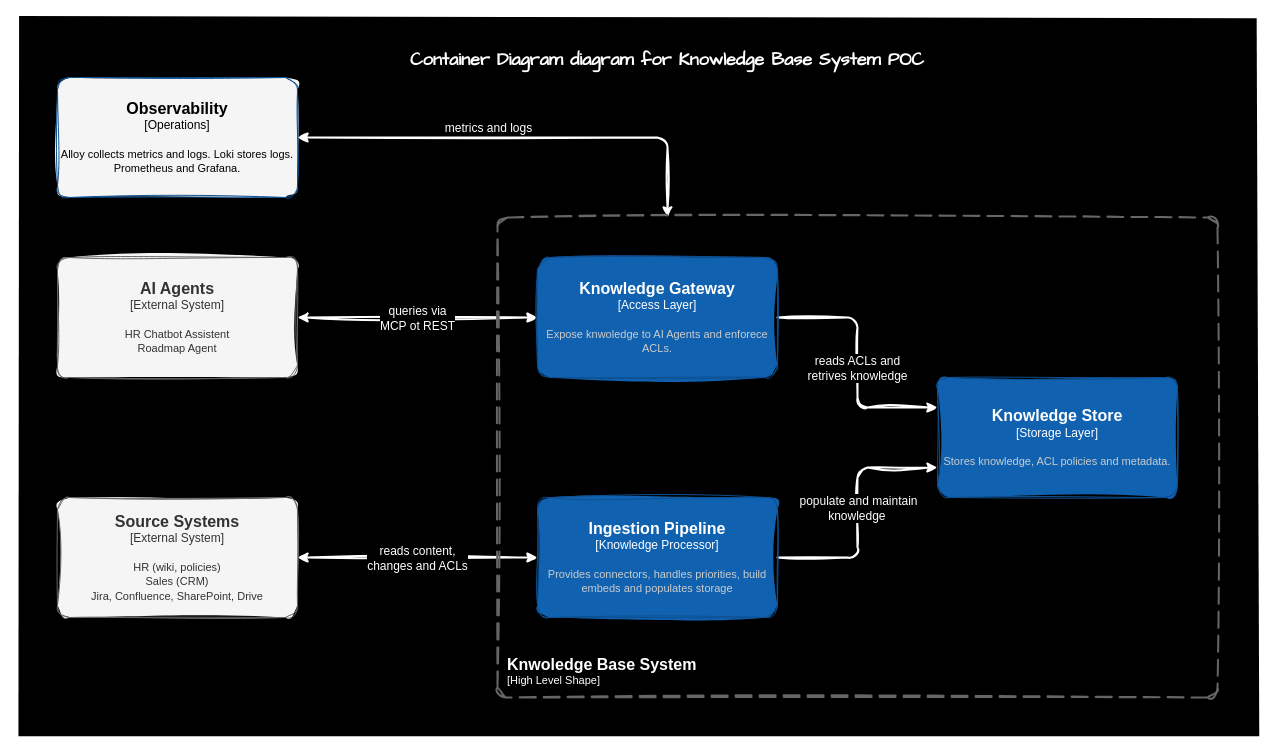
Earlier version of the draw.io diagram _docs/00--project-brief/00-c4-l2--container-diagram--knowledge-base-system.drawio (paulAlexSerban/prj--knowledge-base-system). Source tidied: cells renumbered, new cells numbered last; positions are measured from the earlier drawing's top-left corner, leaving out a move shared by most shapes. Both pictures are drawn from the tidied source at 100%, with x=0, y=0 at pixel (17, 17).
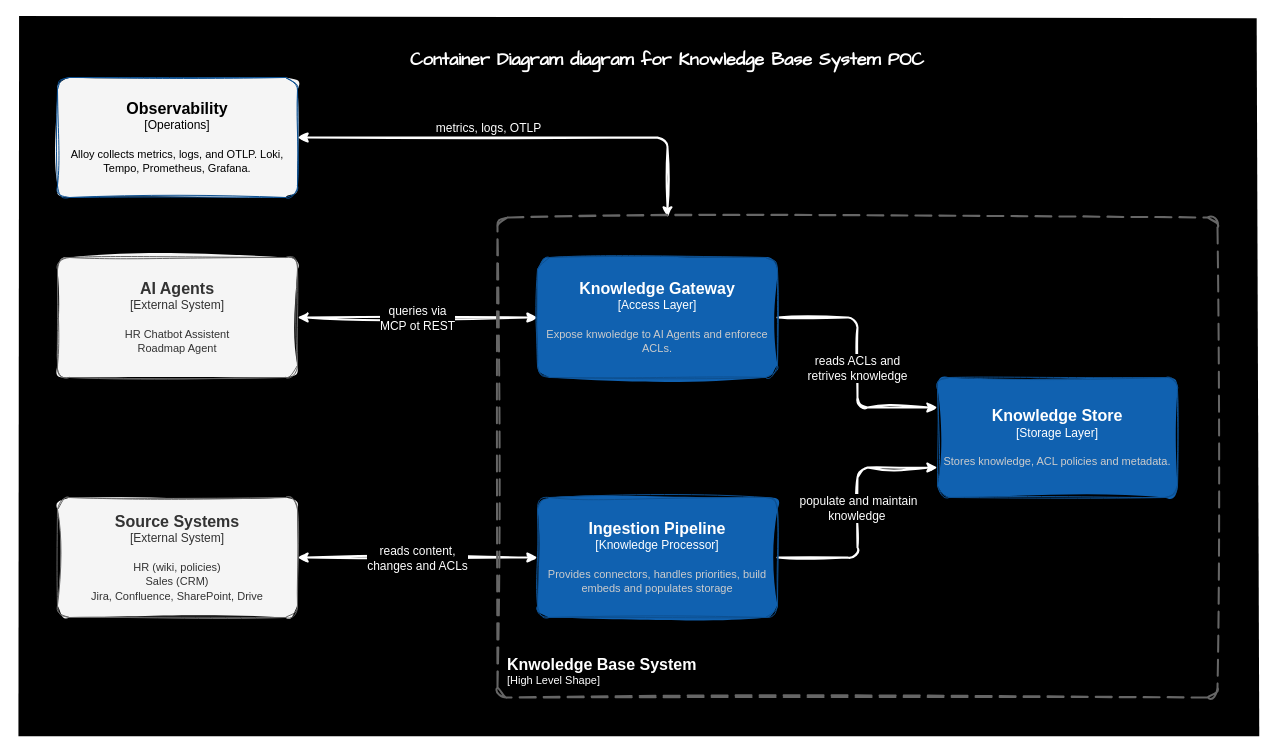
The same diagram, later.

Commit message (it also covers changes not shown here):
docs(brief): add Tempo and the deny-trace demo step

Unchanged cells that the change refers to:
```xml
<mxCell id="18" style="edgeStyle=orthogonalEdgeStyle;html=1;strokeWidth=2;sketch=1;curveFitting=1;jiggle=2;entryX=1;entryY=0.5;entryDx=0;entryDy=0;entryPerimeter=0;fontFamily=Helvetica;fontColor=#FFFFFF;strokeColor=#FFFFFF;endArrow=classic;endFill=1;startArrow=classic;startFill=1;" parent="1" edge="1" target="17">
  <mxGeometry relative="1" as="geometry">
    <mxPoint x="650" y="200" as="sourcePoint" />
    <Array as="points">
      <mxPoint x="650" y="120" />
    </Array>
  </mxGeometry>
</mxCell>
```

The edit, as a diff of the source:
```diff
@@
-    <object id="17" label="&lt;font style=&quot;font-size: 16px&quot;&gt;&lt;b&gt;%c4Name%&lt;/b&gt;&lt;/font&gt;&lt;div&gt;[%c4Type%]&lt;/div&gt;&lt;br&gt;&lt;div&gt;&lt;font style=&quot;font-size: 11px&quot;&gt;&lt;font&gt;%c4Description%&lt;/font&gt;&lt;/font&gt;&lt;/div&gt;" c4Description="Alloy collects metrics and logs. Loki stores logs. Prometheus and Grafana." c4Name="Observability" c4Type="Operations" placeholders="1">
+    <object id="17" label="&lt;font style=&quot;font-size: 16px&quot;&gt;&lt;b&gt;%c4Name%&lt;/b&gt;&lt;/font&gt;&lt;div&gt;[%c4Type%]&lt;/div&gt;&lt;br&gt;&lt;div&gt;&lt;font style=&quot;font-size: 11px&quot;&gt;&lt;font&gt;%c4Description%&lt;/font&gt;&lt;/font&gt;&lt;/div&gt;" c4Description="Alloy collects metrics, logs, and OTLP. Loki, Tempo, Prometheus, Grafana." c4Name="Observability" c4Type="Operations" placeholders="1">
       <mxCell style="rounded=1;whiteSpace=wrap;html=1;labelBackgroundColor=none;fillColor=#F5F5F5;fontColor=#000000;align=center;arcSize=10;strokeColor=#0D5091;points=[[0.25,0,0],[0.5,0,0],[0.75,0,0],[1,0.25,0],[1,0.5,0],[1,0.75,0],[0.75,1,0],[0.5,1,0],[0.25,1,0],[0,0.75,0],[0,0.5,0],[0,0.25,0]];fontFamily=Helvetica;sketch=1;curveFitting=1;jiggle=2;fillStyle=solid;" parent="1" vertex="1">
         <mxGeometry x="40" y="60" width="240" height="120" as="geometry" />
       </mxCell>
     </object>
@@
-    <mxCell id="19" value="metrics and logs" style="edgeLabel;html=1;align=center;verticalAlign=middle;fontFamily=Helvetica;fontSize=12;labelBackgroundColor=#000000;fontColor=#FFFFFF;" parent="18" vertex="1">
+    <mxCell id="19" value="metrics, logs, OTLP" style="edgeLabel;html=1;align=center;verticalAlign=middle;fontFamily=Helvetica;fontSize=12;labelBackgroundColor=#000000;fontColor=#FFFFFF;" parent="18" vertex="1">
       <mxGeometry x="-0.2" relative="1" as="geometry">
         <mxPoint x="-80" y="-10" as="offset" />
       </mxGeometry>
     </mxCell>
```
